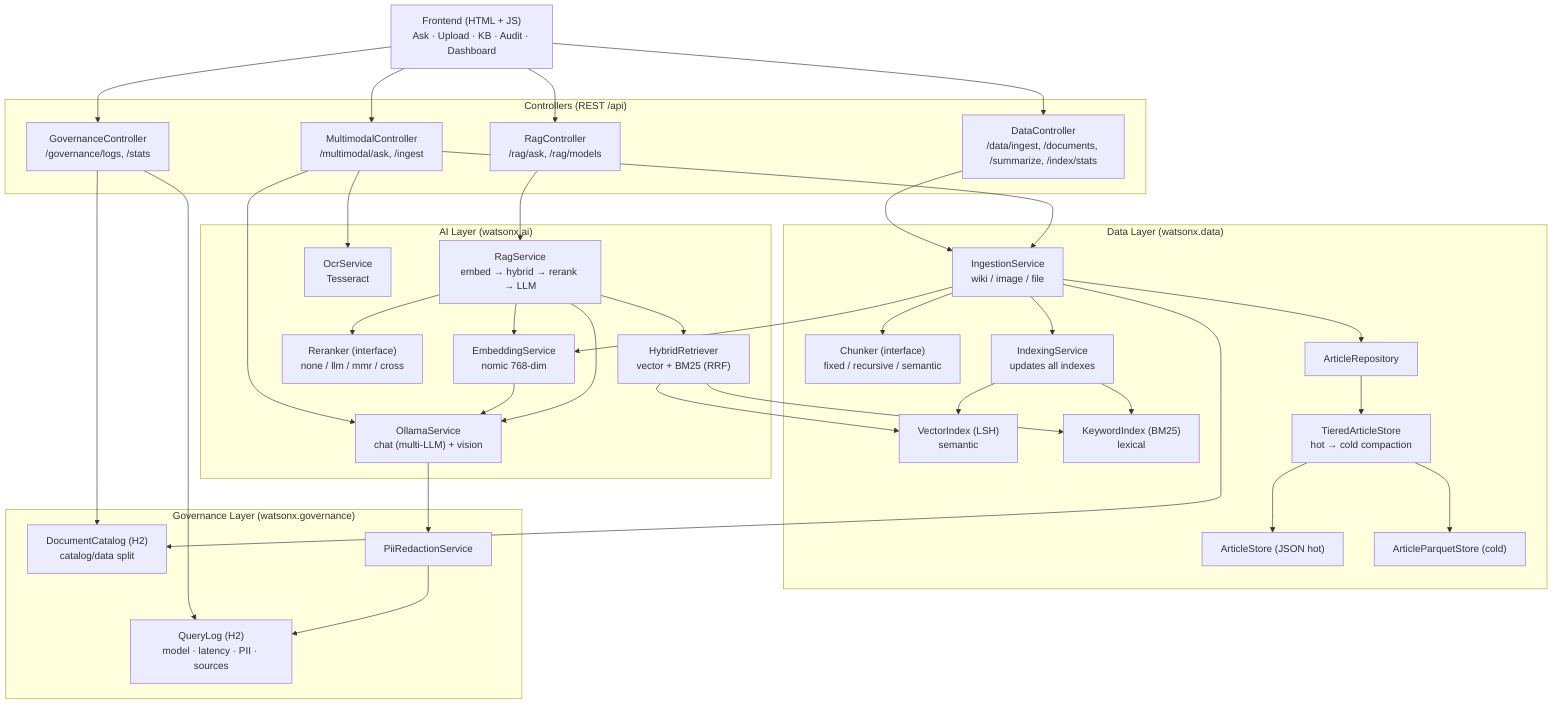
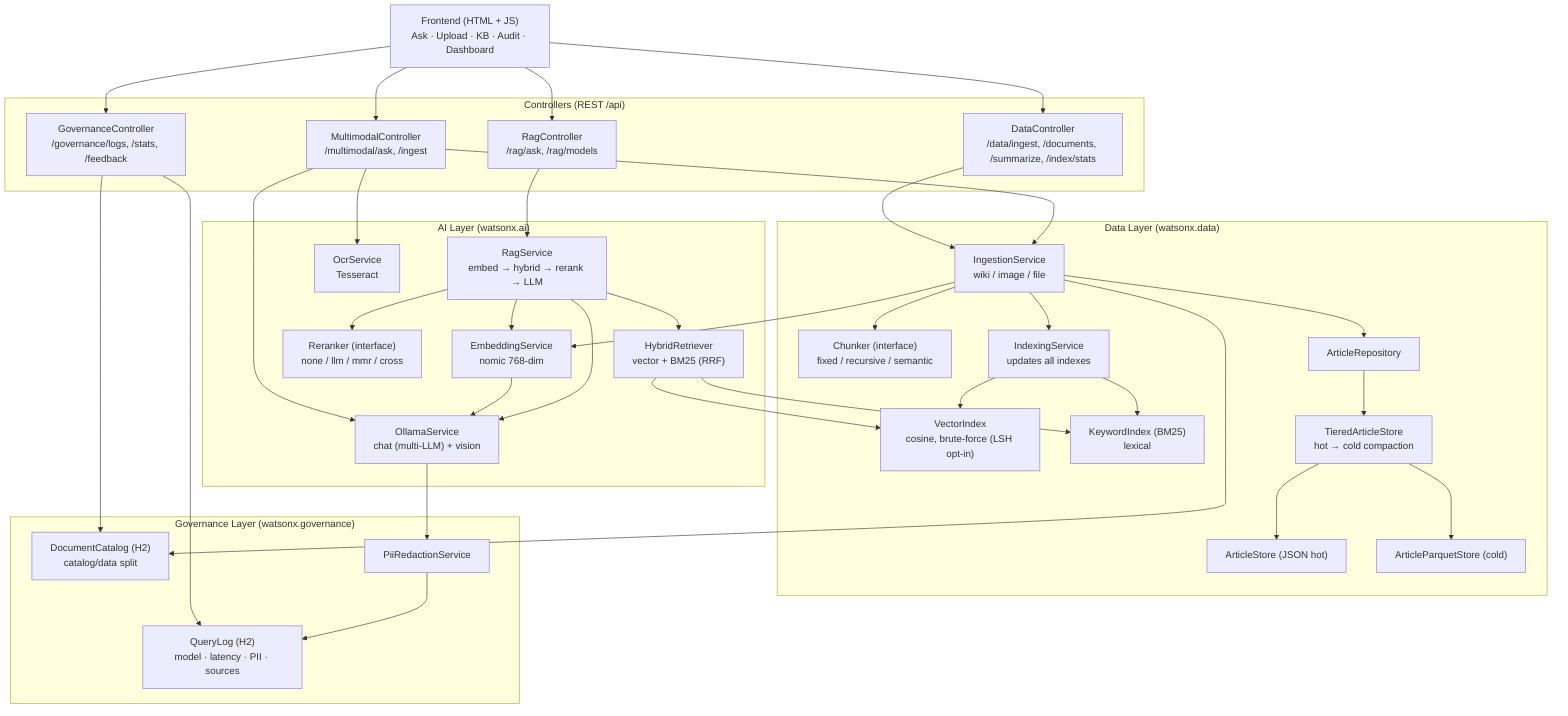
%% MiniWatson — Component Architecture
flowchart TB
    UI["Frontend (HTML + JS)<br/>Ask · Upload · KB · Audit · Dashboard"]

    subgraph CTRL["Controllers (REST /api)"]
        RC["RagController<br/>/rag/ask, /rag/models"]
        DC["DataController<br/>/data/ingest, /documents, /summarize, /index/stats"]
        MC["MultimodalController<br/>/multimodal/ask, /ingest"]
-         GC["GovernanceController<br/>/governance/logs, /stats"]
+         GC["GovernanceController<br/>/governance/logs, /stats, /feedback"]
    end

    subgraph AI["AI Layer (watsonx.ai)"]
        RAG["RagService<br/>embed → hybrid → rerank → LLM"]
        HR["HybridRetriever<br/>vector + BM25 (RRF)"]
        RR["Reranker (interface)<br/>none / llm / mmr / cross"]
        EMB["EmbeddingService<br/>nomic 768-dim"]
        OLL["OllamaService<br/>chat (multi-LLM) + vision"]
        OCR["OcrService<br/>Tesseract"]
    end

    subgraph DATA["Data Layer (watsonx.data)"]
        ING["IngestionService<br/>wiki / image / file"]
        CHK["Chunker (interface)<br/>fixed / recursive / semantic"]
        IDX["IndexingService<br/>updates all indexes"]
-         VEC["VectorIndex (LSH)<br/>semantic"]
+         VEC["VectorIndex<br/>cosine, brute-force (LSH opt-in)"]
        KW["KeywordIndex (BM25)<br/>lexical"]
        REPO["ArticleRepository"]
        HOT["ArticleStore (JSON hot)"]
        COLD["ArticleParquetStore (cold)"]
        TIER["TieredArticleStore<br/>hot → cold compaction"]
    end

    subgraph GOV["Governance Layer (watsonx.governance)"]
        QLOG["QueryLog (H2)<br/>model · latency · PII · sources"]
        CAT["DocumentCatalog (H2)<br/>catalog/data split"]
        PII["PiiRedactionService"]
    end

    UI --> RC & DC & MC & GC
    RC --> RAG
    DC --> ING
    MC --> OLL & OCR & ING
    GC --> QLOG & CAT

    RAG --> EMB --> OLL
    RAG --> HR --> VEC & KW
    RAG --> RR
    RAG --> OLL
    OLL --> PII --> QLOG

    ING --> CHK
    ING --> EMB
    ING --> IDX --> VEC & KW
    ING --> REPO
    ING --> CAT

    REPO --> TIER --> HOT & COLD
